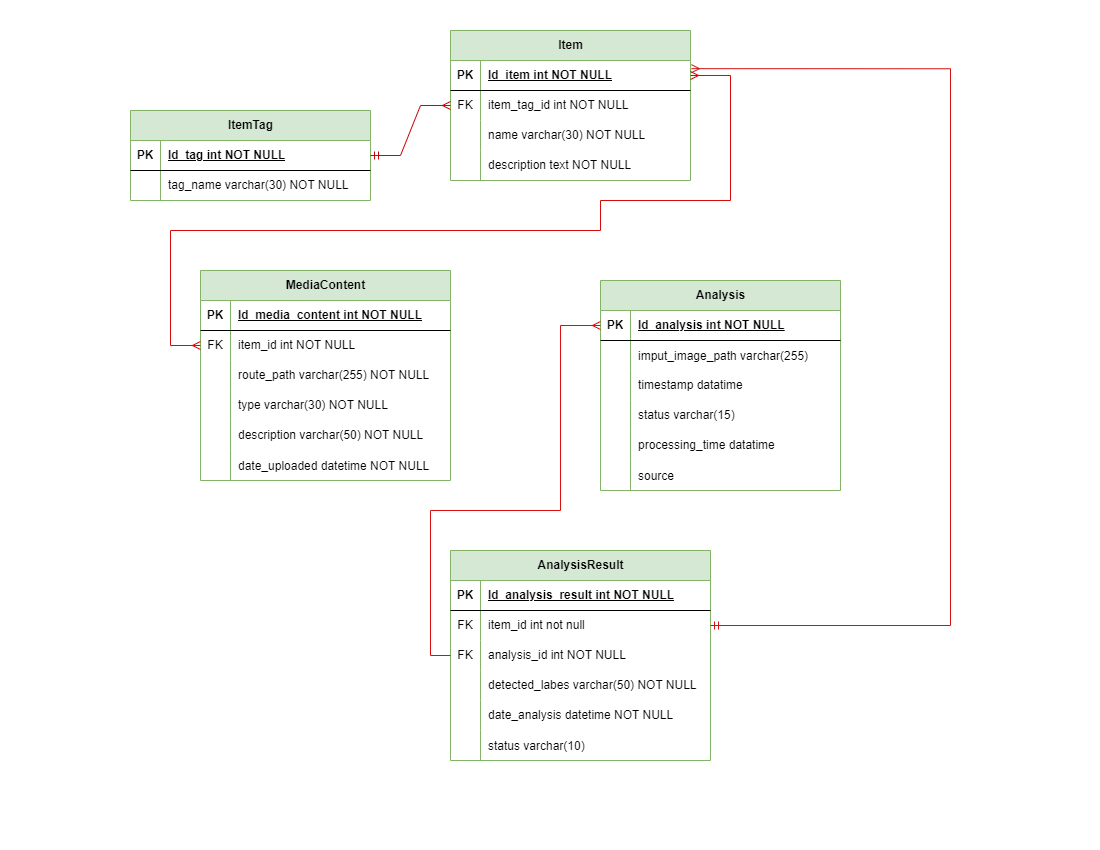
Before: database/design/Diagrama E-R - DesarrolloV-v-4.png, a diagram exported from draw.io (eduardo-griffith-utp/DESARROLLO_V_SIVM). Source tidied: cells renumbered, new cells last; positions are measured from the earlier drawing's top-left corner, leaving out a move shared by most shapes.
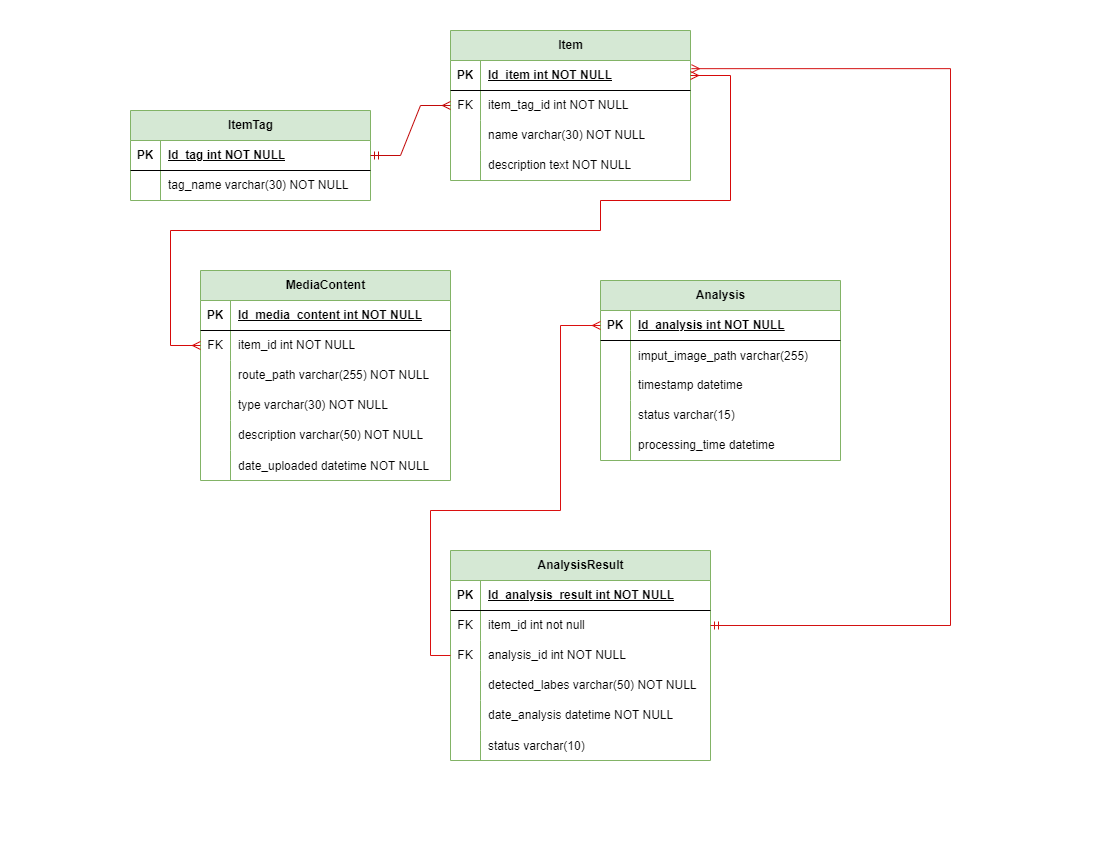
Above is the later version.

Change to the diagram source:
```diff
@@ -177,7 +177,7 @@
       <mxGeometry x="30" width="210" height="30" as="geometry" />
     </mxCell>
     <mxCell id="60" value="Analysis" style="shape=table;startSize=30;rowLines=0;fontStyle=1;align=center;html=1;fillColor=#d5e8d4;strokeColor=#82b366;" parent="1" vertex="1">
-      <mxGeometry x="470" y="250" width="240" height="210" as="geometry" />
+      <mxGeometry x="470" y="250" width="240" height="180" as="geometry" />
     </mxCell>
     <mxCell id="61" style="shape=tableRow;horizontal=0;startSize=0;swimlaneHead=0;swimlaneBody=0;fillColor=none;points=[[0,0.5],[1,0.5]];portConstraint=eastwest;top=0;left=0;right=0;bottom=1;" parent="60" vertex="1">
       <mxGeometry y="30" width="240" height="30" as="geometry" />
@@ -203,7 +203,7 @@
     <mxCell id="68" style="shape=partialRectangle;fillColor=none;top=0;left=0;bottom=0;right=0;overflow=hidden;whiteSpace=wrap;html=1;" parent="67" vertex="1">
       <mxGeometry width="30" height="30" as="geometry" />
     </mxCell>
-    <mxCell id="69" value="timestamp datatime" style="shape=partialRectangle;fillColor=none;top=0;left=0;bottom=0;right=0;align=left;spacingLeft=6;overflow=hidden;whiteSpace=wrap;html=1;" parent="67" vertex="1">
+    <mxCell id="69" value="timestamp datetime" style="shape=partialRectangle;fillColor=none;top=0;left=0;bottom=0;right=0;align=left;spacingLeft=6;overflow=hidden;whiteSpace=wrap;html=1;" parent="67" vertex="1">
       <mxGeometry x="30" width="210" height="30" as="geometry" />
     </mxCell>
     <mxCell id="70" style="shape=tableRow;horizontal=0;startSize=0;swimlaneHead=0;swimlaneBody=0;fillColor=none;top=0;left=0;right=0;bottom=0;" parent="60" vertex="1">
@@ -221,18 +221,9 @@
     <mxCell id="74" style="shape=partialRectangle;fillColor=none;top=0;left=0;bottom=0;right=0;overflow=hidden;whiteSpace=wrap;html=1;" parent="73" vertex="1">
       <mxGeometry width="30" height="30" as="geometry" />
     </mxCell>
-    <mxCell id="75" value="processing_time datatime" style="shape=partialRectangle;fillColor=none;top=0;left=0;bottom=0;right=0;align=left;spacingLeft=6;overflow=hidden;whiteSpace=wrap;html=1;" parent="73" vertex="1">
+    <mxCell id="75" value="processing_time datetime" style="shape=partialRectangle;fillColor=none;top=0;left=0;bottom=0;right=0;align=left;spacingLeft=6;overflow=hidden;whiteSpace=wrap;html=1;" parent="73" vertex="1">
       <mxGeometry x="30" width="210" height="30" as="geometry" />
     </mxCell>
-    <mxCell id="76" style="shape=tableRow;horizontal=0;startSize=0;swimlaneHead=0;swimlaneBody=0;fillColor=none;top=0;left=0;right=0;bottom=0;" parent="60" vertex="1">
-      <mxGeometry y="180" width="240" height="30" as="geometry" />
-    </mxCell>
-    <mxCell id="77" style="shape=partialRectangle;fillColor=none;top=0;left=0;bottom=0;right=0;overflow=hidden;" parent="76" vertex="1">
-      <mxGeometry width="30" height="30" as="geometry" />
-    </mxCell>
-    <mxCell id="78" value="source" style="shape=partialRectangle;fillColor=none;top=0;left=0;bottom=0;right=0;align=left;spacingLeft=6;overflow=hidden;" parent="76" vertex="1">
-      <mxGeometry x="30" width="210" height="30" as="geometry" />
-    </mxCell>
     <mxCell id="79" style="edgeStyle=entityRelationEdgeStyle;fontSize=12;html=1;endArrow=ERmany;rounded=0;entryX=0;entryY=0.5;entryDx=0;entryDy=0;exitX=1;exitY=0.5;exitDx=0;exitDy=0;startArrow=ERmandOne;startFill=0;strokeColor=#c20a0a;" parent="1" edge="1" source="54" target="44">
       <mxGeometry relative="1" as="geometry" />
     </mxCell>
```
